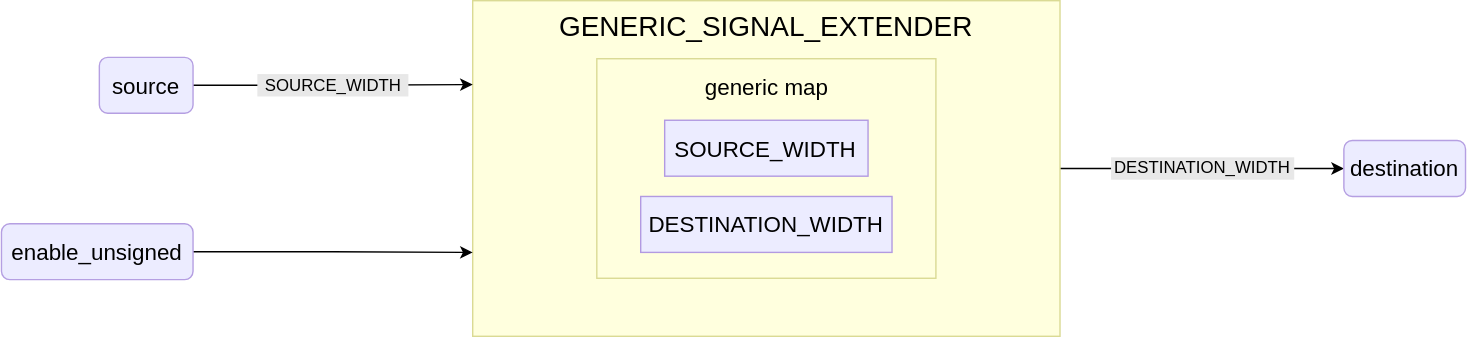
Above: public/images/reference/report_components/generic_signal_extender.drawio.svg in insper-riscv/docs (draw.io), before the change. Source tidied: cells renumbered, new cells last; positions are measured from the earlier drawing's top-left corner, leaving out a move shared by most shapes. Its diagram source:
```xml
<mxGraphModel>
  <root>
    <mxCell id="0" />
    <mxCell id="1" parent="0" />
    <mxCell id="2" style="edgeStyle=orthogonalEdgeStyle;rounded=0;jettySize=auto;html=1;entryX=0;entryY=0.5;entryDx=0;entryDy=0;" parent="1" edge="1" source="3" target="10">
      <mxGeometry relative="1" as="geometry" />
    </mxCell>
    <mxCell id="3" value="GENERIC_SIGNAL_EXTENDER" style="rounded=0;whiteSpace=wrap;html=1;fillColor=#ffffde;strokeColor=#dada94;verticalAlign=top;fontSize=20;" parent="1" vertex="1">
      <mxGeometry x="337" width="420" height="240" as="geometry" />
    </mxCell>
    <mxCell id="4" value="&lt;span style=&quot;font-size: 16px;&quot;&gt;generic map&lt;/span&gt;" style="rounded=0;whiteSpace=wrap;html=1;fillColor=#ffffde;strokeColor=#dada94;verticalAlign=top;fontSize=20;" parent="1" vertex="1">
      <mxGeometry x="425.8" y="41.5" width="242.5" height="157" as="geometry" />
    </mxCell>
    <mxCell id="5" value="SOURCE_WIDTH" style="rounded=0;whiteSpace=wrap;html=1;fillColor=#ececff;strokeColor=#b29ae1;fontSize=16;" parent="1" vertex="1">
      <mxGeometry x="474.3" y="85.5" width="145.4" height="40" as="geometry" />
    </mxCell>
    <mxCell id="6" style="edgeStyle=orthogonalEdgeStyle;rounded=0;jettySize=auto;html=1;entryX=0;entryY=0.25;entryDx=0;entryDy=0;strokeWidth=1;" parent="1" edge="1" source="7" target="3">
      <mxGeometry relative="1" as="geometry" />
    </mxCell>
    <mxCell id="7" value="source" style="rounded=1;whiteSpace=wrap;html=1;fillColor=#ececff;strokeColor=#b59fe2;fontSize=16;" parent="1" vertex="1">
      <mxGeometry x="70" y="40.5" width="67" height="40" as="geometry" />
    </mxCell>
    <mxCell id="8" style="edgeStyle=orthogonalEdgeStyle;rounded=0;jettySize=auto;html=1;entryX=0;entryY=0.75;entryDx=0;entryDy=0;" parent="1" edge="1" source="9" target="3">
      <mxGeometry relative="1" as="geometry" />
    </mxCell>
    <mxCell id="9" value="enable_unsigned" style="rounded=1;whiteSpace=wrap;html=1;fillColor=#ececff;strokeColor=#b59fe2;fontSize=16;" parent="1" vertex="1">
      <mxGeometry y="159.5" width="137" height="40" as="geometry" />
    </mxCell>
    <mxCell id="10" value="destination" style="rounded=1;whiteSpace=wrap;html=1;fillColor=#ececff;strokeColor=#b59fe2;fontSize=16;" parent="1" vertex="1">
      <mxGeometry x="960" y="100" width="87" height="40" as="geometry" />
    </mxCell>
    <mxCell id="11" value="SOURCE_WIDTH" style="rounded=0;whiteSpace=wrap;html=1;fillColor=#e8e8e8;strokeColor=#e8e8e8;" parent="1" vertex="1">
      <mxGeometry x="183.5" y="53" width="107" height="15" as="geometry" />
    </mxCell>
    <mxCell id="12" value="DESTINATION_WIDTH" style="rounded=0;whiteSpace=wrap;html=1;fillColor=#e8e8e8;strokeColor=#e8e8e8;" parent="1" vertex="1">
      <mxGeometry x="794" y="112.5" width="130" height="15" as="geometry" />
    </mxCell>
    <mxCell id="13" value="DESTINATION_WIDTH" style="rounded=0;whiteSpace=wrap;html=1;fillColor=#ececff;strokeColor=#b29ae1;fontSize=16;" parent="1" vertex="1">
      <mxGeometry x="457.1" y="140" width="179.7" height="40" as="geometry" />
    </mxCell>
  </root>
</mxGraphModel>
```
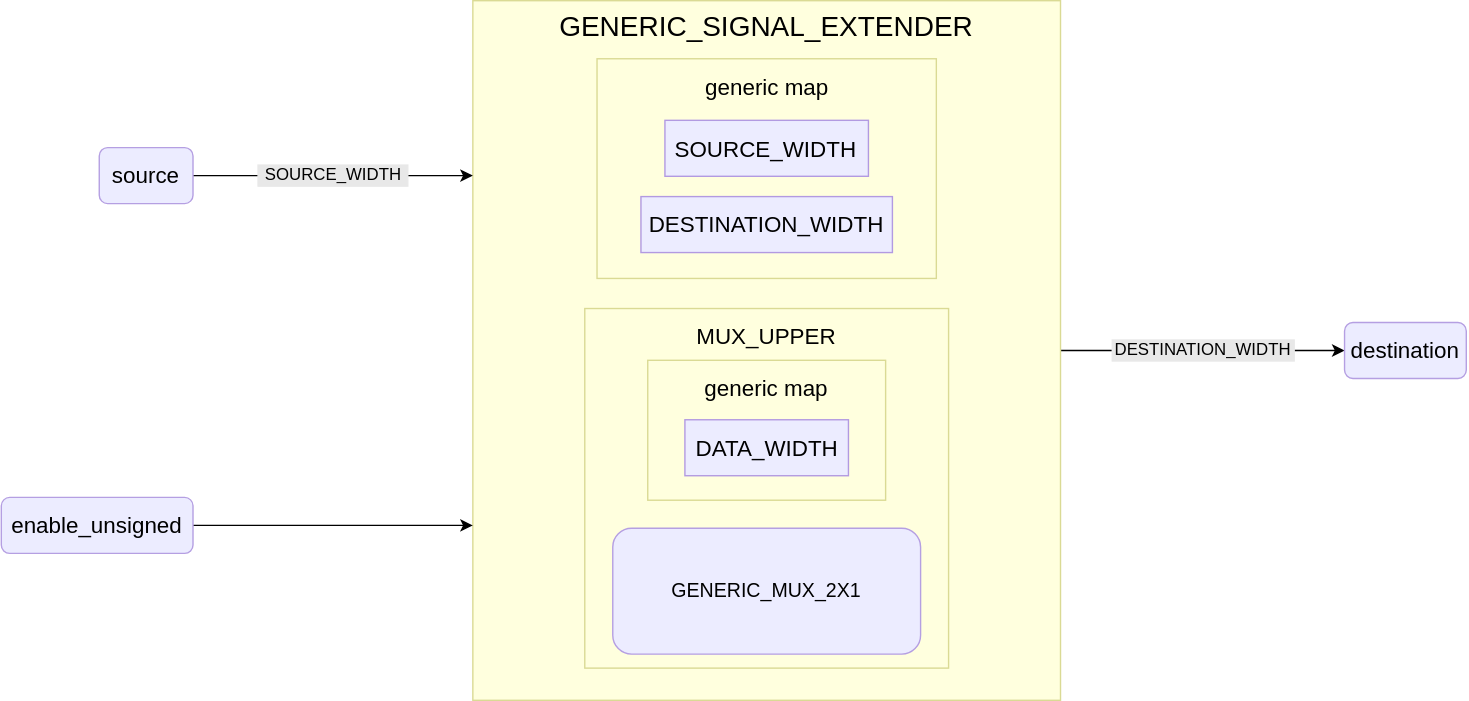
The same file after the commit.

Change to the diagram source:
```diff
@@ -6,7 +6,7 @@
       <mxGeometry relative="1" as="geometry" />
     </mxCell>
     <mxCell id="3" value="GENERIC_SIGNAL_EXTENDER" style="rounded=0;whiteSpace=wrap;html=1;fillColor=#ffffde;strokeColor=#dada94;verticalAlign=top;fontSize=20;" parent="1" vertex="1">
-      <mxGeometry x="337" width="420" height="240" as="geometry" />
+      <mxGeometry x="337" width="420" height="500" as="geometry" />
     </mxCell>
     <mxCell id="4" value="&lt;span style=&quot;font-size: 16px;&quot;&gt;generic map&lt;/span&gt;" style="rounded=0;whiteSpace=wrap;html=1;fillColor=#ffffde;strokeColor=#dada94;verticalAlign=top;fontSize=20;" parent="1" vertex="1">
       <mxGeometry x="425.8" y="41.5" width="242.5" height="157" as="geometry" />
@@ -18,25 +18,37 @@
       <mxGeometry relative="1" as="geometry" />
     </mxCell>
     <mxCell id="7" value="source" style="rounded=1;whiteSpace=wrap;html=1;fillColor=#ececff;strokeColor=#b59fe2;fontSize=16;" parent="1" vertex="1">
-      <mxGeometry x="70" y="40.5" width="67" height="40" as="geometry" />
+      <mxGeometry x="70" y="105" width="67" height="40" as="geometry" />
     </mxCell>
     <mxCell id="8" style="edgeStyle=orthogonalEdgeStyle;rounded=0;jettySize=auto;html=1;entryX=0;entryY=0.75;entryDx=0;entryDy=0;" parent="1" edge="1" source="9" target="3">
       <mxGeometry relative="1" as="geometry" />
     </mxCell>
     <mxCell id="9" value="enable_unsigned" style="rounded=1;whiteSpace=wrap;html=1;fillColor=#ececff;strokeColor=#b59fe2;fontSize=16;" parent="1" vertex="1">
-      <mxGeometry y="159.5" width="137" height="40" as="geometry" />
+      <mxGeometry y="355" width="137" height="40" as="geometry" />
     </mxCell>
     <mxCell id="10" value="destination" style="rounded=1;whiteSpace=wrap;html=1;fillColor=#ececff;strokeColor=#b59fe2;fontSize=16;" parent="1" vertex="1">
-      <mxGeometry x="960" y="100" width="87" height="40" as="geometry" />
+      <mxGeometry x="960" y="230" width="87" height="40" as="geometry" />
     </mxCell>
     <mxCell id="11" value="SOURCE_WIDTH" style="rounded=0;whiteSpace=wrap;html=1;fillColor=#e8e8e8;strokeColor=#e8e8e8;" parent="1" vertex="1">
-      <mxGeometry x="183.5" y="53" width="107" height="15" as="geometry" />
+      <mxGeometry x="183.5" y="117.5" width="107" height="15" as="geometry" />
     </mxCell>
     <mxCell id="12" value="DESTINATION_WIDTH" style="rounded=0;whiteSpace=wrap;html=1;fillColor=#e8e8e8;strokeColor=#e8e8e8;" parent="1" vertex="1">
-      <mxGeometry x="794" y="112.5" width="130" height="15" as="geometry" />
+      <mxGeometry x="794" y="242.5" width="130" height="15" as="geometry" />
     </mxCell>
     <mxCell id="13" value="DESTINATION_WIDTH" style="rounded=0;whiteSpace=wrap;html=1;fillColor=#ececff;strokeColor=#b29ae1;fontSize=16;" parent="1" vertex="1">
       <mxGeometry x="457.1" y="140" width="179.7" height="40" as="geometry" />
     </mxCell>
+    <mxCell id="14" value="&lt;span style=&quot;font-size: 16px;&quot;&gt;MUX_UPPER&lt;/span&gt;" style="rounded=0;whiteSpace=wrap;html=1;fillColor=#ffffde;strokeColor=#dada94;verticalAlign=top;fontSize=20;" parent="1" vertex="1">
+      <mxGeometry x="417" y="220" width="260" height="257" as="geometry" />
+    </mxCell>
+    <mxCell id="15" value="&lt;span style=&quot;font-size: 16px;&quot;&gt;generic map&lt;/span&gt;" style="rounded=0;whiteSpace=wrap;html=1;fillColor=#ffffde;strokeColor=#dada94;verticalAlign=top;fontSize=20;" parent="1" vertex="1">
+      <mxGeometry x="462" y="257" width="170" height="100" as="geometry" />
+    </mxCell>
+    <mxCell id="16" value="DATA_WIDTH" style="rounded=0;whiteSpace=wrap;html=1;fillColor=#ececff;strokeColor=#b29ae1;fontSize=16;" parent="1" vertex="1">
+      <mxGeometry x="488.6" y="299.5" width="116.9" height="40" as="geometry" />
+    </mxCell>
+    <mxCell id="17" value="GENERIC_MUX_2X1" style="rounded=1;whiteSpace=wrap;html=1;fillColor=#ececff;strokeColor=#b59fe2;fontSize=14;" parent="1" vertex="1">
+      <mxGeometry x="437" y="377" width="220" height="90" as="geometry" />
+    </mxCell>
   </root>
 </mxGraphModel>
```
